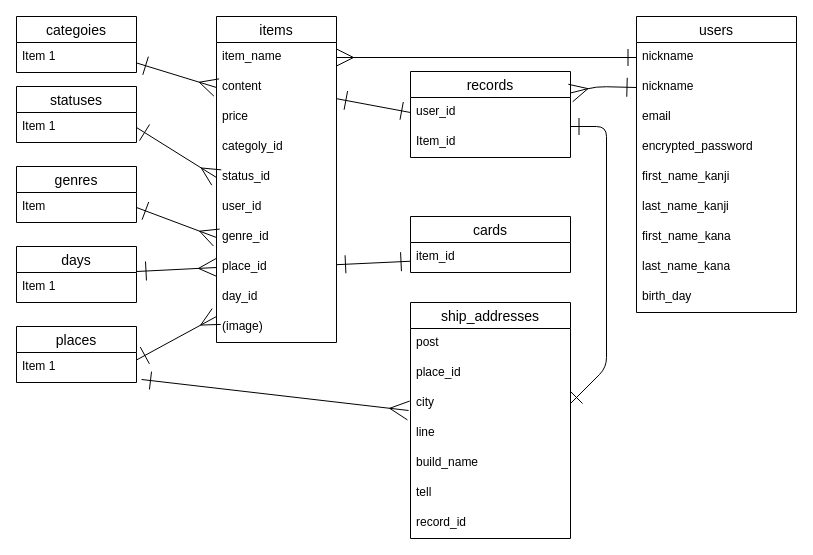
The draw.io diagram test.dio in nogusan/furima-38428, before the edit. Source tidied: cells renumbered, new cells numbered last; positions are measured from the earlier drawing's top-left corner, leaving out a move shared by most shapes. Both pictures are drawn from the tidied source at 100%, with x=0, y=0 at pixel (16, 16).
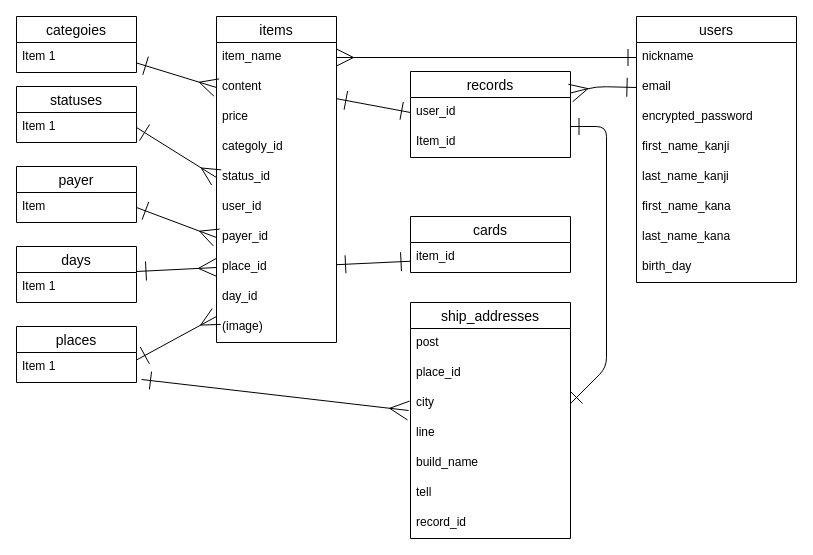
The same diagram, later.

The change refers to these unchanged cells:
```xml
<mxCell id="2" value="items" style="swimlane;fontStyle=0;horizontal=1;startSize=26;align=center;fontSize=14;" parent="1" vertex="1">
  <mxGeometry x="200" width="120" height="326" as="geometry" />
</mxCell>
<mxCell id="3" value="item_name" style="text;strokeColor=none;fillColor=none;spacingLeft=4;spacingRight=4;overflow=hidden;points=[[0,0.5],[1,0.5]];portConstraint=eastwest;fontSize=12;" parent="2" vertex="1">
  <mxGeometry y="26" width="120" height="30" as="geometry" />
</mxCell>
<mxCell id="47" value="records" style="swimlane;fontStyle=0;horizontal=1;startSize=26;align=center;fontSize=14;" parent="1" vertex="1">
  <mxGeometry x="394" y="55" width="160" height="86" as="geometry" />
</mxCell>
```

The edit, as a diff of the source:
```diff
@@
-    <mxCell id="9" value="genre_id" style="text;strokeColor=none;fillColor=none;spacingLeft=4;spacingRight=4;overflow=hidden;points=[[0,0.5],[1,0.5]];portConstraint=eastwest;fontSize=12;" parent="2" vertex="1">
+    <mxCell id="9" value="payer_id" style="text;strokeColor=none;fillColor=none;spacingLeft=4;spacingRight=4;overflow=hidden;points=[[0,0.5],[1,0.5]];portConstraint=eastwest;fontSize=12;" parent="2" vertex="1">
       <mxGeometry y="206" width="120" height="30" as="geometry" />
     </mxCell>
@@
     <mxCell id="13" value="users" style="swimlane;fontStyle=0;horizontal=1;startSize=26;align=center;fontSize=14;" parent="1" vertex="1">
-      <mxGeometry x="620" width="160" height="296" as="geometry" />
+      <mxGeometry x="620" width="160" height="266" as="geometry" />
     </mxCell>
-    <mxCell id="14" value="nickname" style="text;strokeColor=none;fillColor=none;spacingLeft=4;spacingRight=4;overflow=hidden;points=[[0,0.5],[1,0.5]];portConstraint=eastwest;fontSize=12;" parent="13" vertex="1">
-      <mxGeometry y="26" width="160" height="30" as="geometry" />
-    </mxCell>
     <mxCell id="15" value="nickname" style="text;strokeColor=none;fillColor=none;spacingLeft=4;spacingRight=4;overflow=hidden;points=[[0,0.5],[1,0.5]];portConstraint=eastwest;fontSize=12;" parent="13" vertex="1">
-      <mxGeometry y="56" width="160" height="30" as="geometry" />
+      <mxGeometry y="26" width="160" height="30" as="geometry" />
     </mxCell>
     <mxCell id="16" value="email" style="text;strokeColor=none;fillColor=none;spacingLeft=4;spacingRight=4;overflow=hidden;points=[[0,0.5],[1,0.5]];portConstraint=eastwest;fontSize=12;" parent="13" vertex="1">
-      <mxGeometry y="86" width="160" height="30" as="geometry" />
+      <mxGeometry y="56" width="160" height="30" as="geometry" />
     </mxCell>
     <mxCell id="17" value="encrypted_password" style="text;strokeColor=none;fillColor=none;spacingLeft=4;spacingRight=4;overflow=hidden;fontSize=12;" parent="13" vertex="1">
-      <mxGeometry y="116" width="160" height="30" as="geometry" />
+      <mxGeometry y="86" width="160" height="30" as="geometry" />
     </mxCell>
     <mxCell id="18" value="first_name_kanji" style="text;strokeColor=none;fillColor=none;spacingLeft=4;spacingRight=4;overflow=hidden;fontSize=12;" parent="13" vertex="1">
-      <mxGeometry y="146" width="160" height="30" as="geometry" />
+      <mxGeometry y="116" width="160" height="30" as="geometry" />
     </mxCell>
     <mxCell id="19" value="last_name_kanji" style="text;strokeColor=none;fillColor=none;spacingLeft=4;spacingRight=4;overflow=hidden;fontSize=12;" parent="13" vertex="1">
-      <mxGeometry y="176" width="160" height="30" as="geometry" />
+      <mxGeometry y="146" width="160" height="30" as="geometry" />
     </mxCell>
     <mxCell id="20" value="first_name_kana" style="text;strokeColor=none;fillColor=none;spacingLeft=4;spacingRight=4;overflow=hidden;fontSize=12;" parent="13" vertex="1">
-      <mxGeometry y="206" width="160" height="30" as="geometry" />
+      <mxGeometry y="176" width="160" height="30" as="geometry" />
     </mxCell>
     <mxCell id="21" value="last_name_kana" style="text;strokeColor=none;fillColor=none;spacingLeft=4;spacingRight=4;overflow=hidden;fontSize=12;" parent="13" vertex="1">
-      <mxGeometry y="236" width="160" height="30" as="geometry" />
+      <mxGeometry y="206" width="160" height="30" as="geometry" />
     </mxCell>
     <mxCell id="22" value="birth_day" style="text;strokeColor=none;fillColor=none;spacingLeft=4;spacingRight=4;overflow=hidden;fontSize=12;" parent="13" vertex="1">
-      <mxGeometry y="266" width="160" height="30" as="geometry" />
+      <mxGeometry y="236" width="160" height="30" as="geometry" />
     </mxCell>
@@
-    <mxCell id="32" value="genres" style="swimlane;fontStyle=0;horizontal=1;startSize=26;align=center;fontSize=14;" parent="1" vertex="1">
+    <mxCell id="32" value="payer" style="swimlane;fontStyle=0;horizontal=1;startSize=26;align=center;fontSize=14;" parent="1" vertex="1">
       <mxGeometry y="150" width="120" height="56" as="geometry" />
     </mxCell>
@@
-    <mxCell id="53" style="edgeStyle=none;html=1;startArrow=ERone;startFill=0;endArrow=ERmany;endFill=0;startSize=17;endSize=16;exitX=0;exitY=0.5;exitDx=0;exitDy=0;entryX=1;entryY=0.25;entryDx=0;entryDy=0;" parent="1" edge="1" source="15" target="47">
+    <mxCell id="53" style="edgeStyle=none;html=1;startArrow=ERone;startFill=0;endArrow=ERmany;endFill=0;startSize=17;endSize=16;exitX=0;exitY=0.5;exitDx=0;exitDy=0;entryX=1;entryY=0.25;entryDx=0;entryDy=0;" parent="1" edge="1" source="16" target="47">
       <mxGeometry relative="1" as="geometry">
         <Array as="points">
           <mxPoint x="580" y="70" />
         </Array>
       </mxGeometry>
     </mxCell>
@@
-    <mxCell id="56" style="edgeStyle=none;html=1;exitX=0;exitY=0.5;exitDx=0;exitDy=0;entryX=1;entryY=0.5;entryDx=0;entryDy=0;startArrow=ERone;startFill=0;endSize=15;startSize=15;endArrow=ERmany;endFill=0;" parent="1" edge="1" source="14" target="3">
-      <mxGeometry relative="1" as="geometry" />
+    <mxCell id="56" style="edgeStyle=none;html=1;exitX=0;exitY=0.5;exitDx=0;exitDy=0;entryX=1;entryY=0.5;entryDx=0;entryDy=0;startArrow=ERone;startFill=0;endSize=15;startSize=15;endArrow=ERmany;endFill=0;" parent="1" edge="1" target="3">
+      <mxGeometry relative="1" as="geometry">
+        <mxPoint x="620" y="41" as="sourcePoint" />
+      </mxGeometry>
     </mxCell>
```
